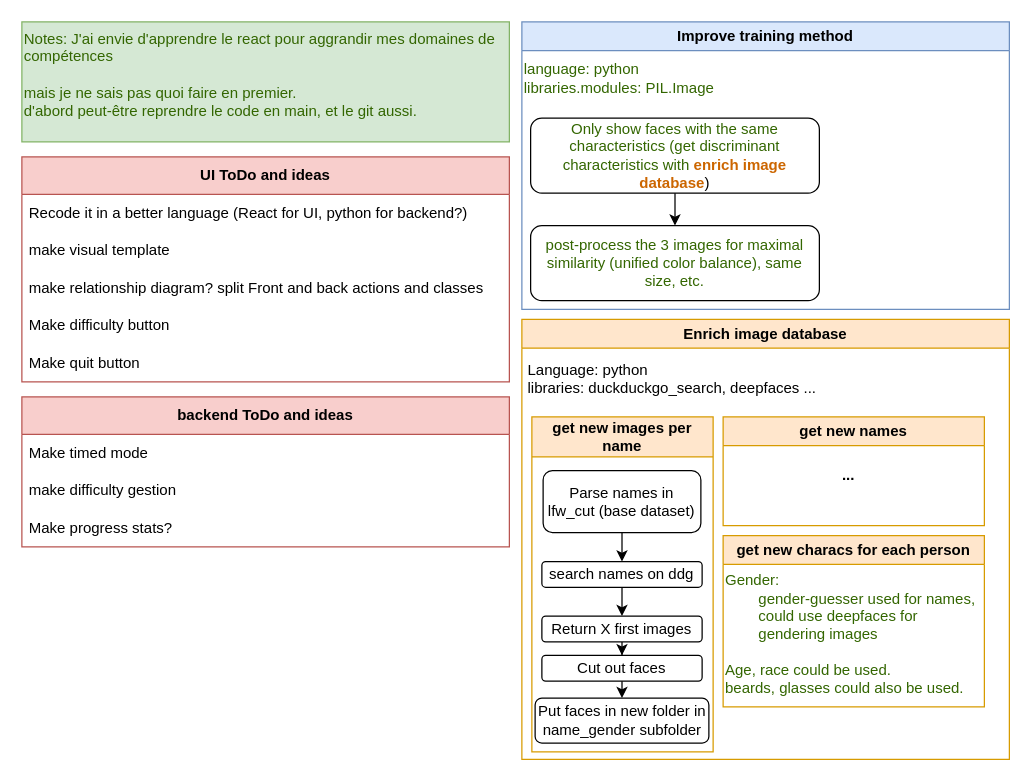
spinoza11/prosopon keeps this draw.io diagram as Untitled Diagram.drawio. Above is the earlier version. Source tidied: cells renumbered, new cells numbered last; positions are measured from the earlier drawing's top-left corner, leaving out a move shared by most shapes. Both pictures are drawn from the tidied source at 125%, with x=0, y=0 at pixel (21, 21).
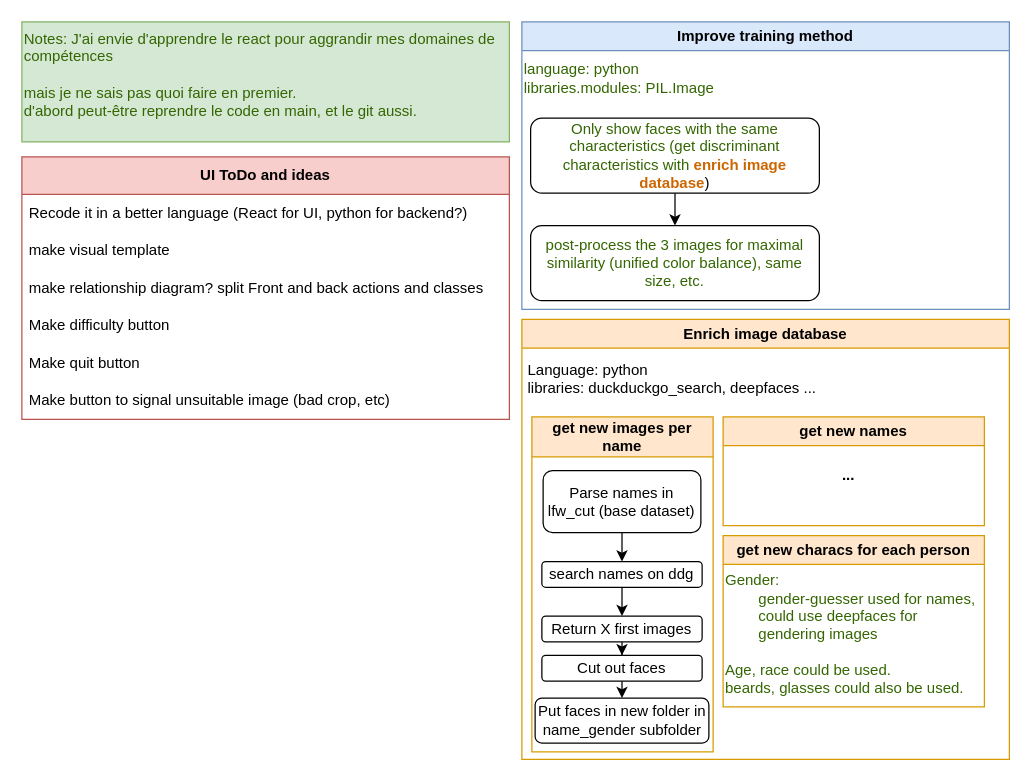
Above is the later version.

What changed in the source:
```diff
@@
     <mxCell id="19" value="UI ToDo and ideas" style="swimlane;fontStyle=1;horizontal=1;startSize=30;whiteSpace=wrap;html=1;fillColor=#f8cecc;strokeColor=#b85450;" parent="1" vertex="1">
-      <mxGeometry y="108" width="390" height="180" as="geometry" />
+      <mxGeometry y="108" width="390" height="210" as="geometry" />
     </mxCell>
@@
+    <mxCell id="36" value="Make quit button" style="text;strokeColor=none;fillColor=none;align=left;verticalAlign=middle;spacingLeft=4;spacingRight=4;overflow=hidden;whiteSpace=wrap;html=1;" parent="19" vertex="1">
+      <mxGeometry y="150" width="390" height="30" as="geometry" />
+    </mxCell>
-    <mxCell id="24" value="Make quit button" style="text;strokeColor=none;fillColor=none;align=left;verticalAlign=middle;spacingLeft=4;spacingRight=4;overflow=hidden;whiteSpace=wrap;html=1;" parent="19" vertex="1">
-      <mxGeometry y="150" width="390" height="30" as="geometry" />
+    <mxCell id="24" value="Make button to signal unsuitable image (bad crop, etc)" style="text;strokeColor=none;fillColor=none;align=left;verticalAlign=middle;spacingLeft=4;spacingRight=4;overflow=hidden;whiteSpace=wrap;html=1;" parent="19" vertex="1">
+      <mxGeometry y="180" width="390" height="30" as="geometry" />
     </mxCell>
@@
-    <mxCell id="32" value="backend ToDo and ideas" style="swimlane;fontStyle=1;horizontal=1;startSize=30;whiteSpace=wrap;html=1;fillColor=#f8cecc;strokeColor=#b85450;" parent="1" vertex="1">
-      <mxGeometry y="300" width="390" height="120" as="geometry" />
-    </mxCell>
-    <mxCell id="33" value="Make timed mode" style="text;strokeColor=none;fillColor=none;align=left;verticalAlign=middle;spacingLeft=4;spacingRight=4;overflow=hidden;whiteSpace=wrap;html=1;fontColor=#000000;" parent="32" vertex="1">
-      <mxGeometry y="30" width="390" height="30" as="geometry" />
-    </mxCell>
-    <mxCell id="34" value="make difficulty gestion" style="text;strokeColor=none;fillColor=none;align=left;verticalAlign=middle;spacingLeft=4;spacingRight=4;overflow=hidden;whiteSpace=wrap;html=1;fontColor=#000000;" parent="32" vertex="1">
-      <mxGeometry y="60" width="390" height="30" as="geometry" />
-    </mxCell>
-    <mxCell id="35" value="Make progress stats?" style="text;strokeColor=none;fillColor=none;align=left;verticalAlign=middle;spacingLeft=4;spacingRight=4;overflow=hidden;whiteSpace=wrap;html=1;fontColor=#000000;" parent="32" vertex="1">
-      <mxGeometry y="90" width="390" height="30" as="geometry" />
-    </mxCell>
```
